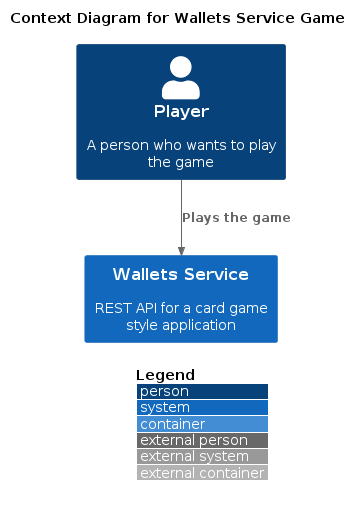
Above: docs/diagrams/01-ContextDiagram.png in jtsato/wallet-service-java (PlantUML), before the change.
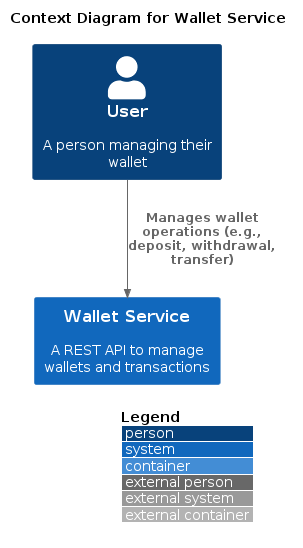
The same file after the commit.

The edit, as a diff of the source:
```diff
@@ -2,12 +2,12 @@
 !include <C4/C4_Container>
 
 
-title "Context Diagram for Wallets Service Game"
+title "Context Diagram for Wallet Service"
 
-Person(person, "Player", "A person who wants to play the game")
-System(walletservice, "Wallets Service", "REST API for a card game style application")
+Person(user, "User", "A person managing their wallet")
+System(walletservice, "Wallet Service", "A REST API to manage wallets and transactions")
 
-Rel(person, walletservice, "Plays the game")
+Rel(user, walletservice, "Manages wallet operations (e.g., deposit, withdrawal, transfer)")
 
 LAYOUT_WITH_LEGEND()
 
```
